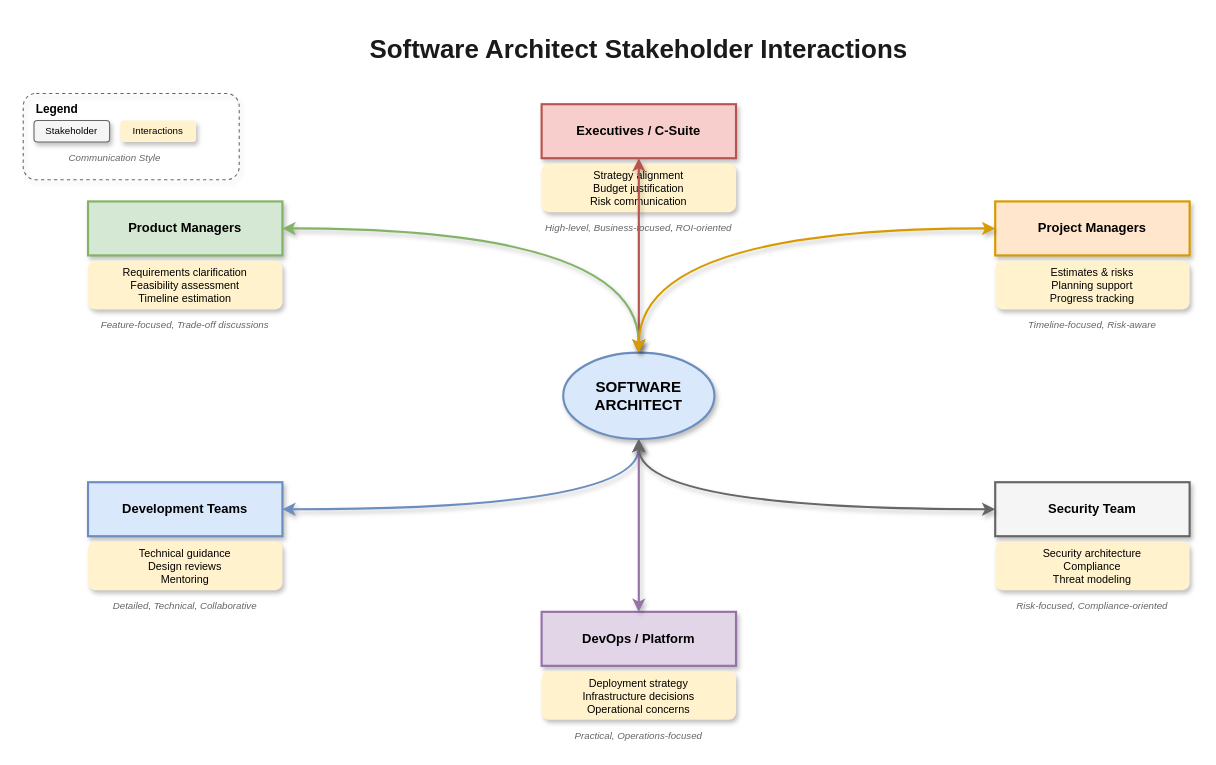
This is lesson-00-software-architect-overview/01-how-a-software-architect-works/1.5-stakeholder-interactions.drawio from MrParkerZ7/document-lesson-software-architect-x-claude, a draw.io file, before an edit. Source tidied: cells renumbered, new cells numbered last; positions are measured from the earlier drawing's top-left corner, leaving out a move shared by most shapes. Both pictures are drawn from the tidied source at 108%, with x=0, y=0 at pixel (23, 28).
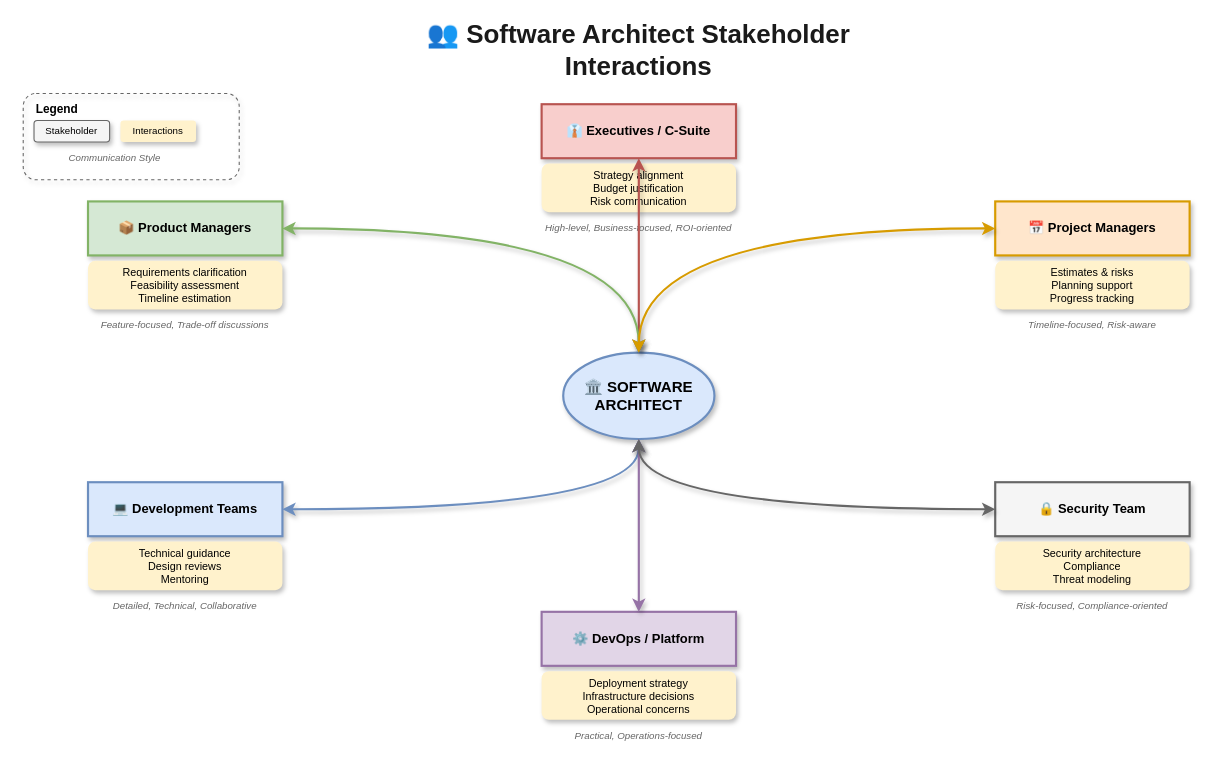
The same page after the edit.

Change to the diagram source:
```diff
@@
-    <mxCell id="2" value="Software Architect Stakeholder Interactions" style="text;html=1;strokeColor=none;fillColor=none;align=center;verticalAlign=middle;whiteSpace=wrap;rounded=0;fontSize=24;fontStyle=1;fontColor=#1a1a1a;" parent="1" vertex="1">
+    <mxCell id="2" value="👥 Software Architect Stakeholder Interactions" style="text;html=1;strokeColor=none;fillColor=none;align=center;verticalAlign=middle;whiteSpace=wrap;rounded=0;fontSize=24;fontStyle=1;fontColor=#1a1a1a;" parent="1" vertex="1">
       <mxGeometry x="320" width="500" height="40" as="geometry" />
     </mxCell>
-    <mxCell id="3" value="SOFTWARE&#10;ARCHITECT" style="ellipse;whiteSpace=wrap;html=1;fillColor=#dae8fc;strokeColor=#6c8ebf;fontSize=14;fontStyle=1;shadow=1;strokeWidth=2;" parent="1" vertex="1">
+    <mxCell id="3" value="🏛️ SOFTWARE&#10;ARCHITECT" style="ellipse;whiteSpace=wrap;html=1;fillColor=#dae8fc;strokeColor=#6c8ebf;fontSize=14;fontStyle=1;shadow=1;strokeWidth=2;" parent="1" vertex="1">
       <mxGeometry x="500" y="300" width="140" height="80" as="geometry" />
     </mxCell>
-    <mxCell id="4" value="Executives / C-Suite" style="rounded=0;whiteSpace=wrap;html=1;fillColor=#f8cecc;strokeColor=#b85450;fontSize=12;fontStyle=1;shadow=1;strokeWidth=2;" parent="1" vertex="1">
+    <mxCell id="4" value="👔 Executives / C-Suite" style="rounded=0;whiteSpace=wrap;html=1;fillColor=#f8cecc;strokeColor=#b85450;fontSize=12;fontStyle=1;shadow=1;strokeWidth=2;" parent="1" vertex="1">
       <mxGeometry x="480" y="70" width="180" height="50" as="geometry" />
     </mxCell>
@@
-    <mxCell id="8" value="Product Managers" style="rounded=0;whiteSpace=wrap;html=1;fillColor=#d5e8d4;strokeColor=#82b366;fontSize=12;fontStyle=1;shadow=1;strokeWidth=2;" parent="1" vertex="1">
+    <mxCell id="8" value="📦 Product Managers" style="rounded=0;whiteSpace=wrap;html=1;fillColor=#d5e8d4;strokeColor=#82b366;fontSize=12;fontStyle=1;shadow=1;strokeWidth=2;" parent="1" vertex="1">
       <mxGeometry x="60" y="160" width="180" height="50" as="geometry" />
     </mxCell>
@@
-    <mxCell id="12" value="Development Teams" style="rounded=0;whiteSpace=wrap;html=1;fillColor=#dae8fc;strokeColor=#6c8ebf;fontSize=12;fontStyle=1;shadow=1;strokeWidth=2;" parent="1" vertex="1">
+    <mxCell id="12" value="💻 Development Teams" style="rounded=0;whiteSpace=wrap;html=1;fillColor=#dae8fc;strokeColor=#6c8ebf;fontSize=12;fontStyle=1;shadow=1;strokeWidth=2;" parent="1" vertex="1">
       <mxGeometry x="60" y="420" width="180" height="50" as="geometry" />
     </mxCell>
@@
-    <mxCell id="16" value="Project Managers" style="rounded=0;whiteSpace=wrap;html=1;fillColor=#ffe6cc;strokeColor=#d79b00;fontSize=12;fontStyle=1;shadow=1;strokeWidth=2;" parent="1" vertex="1">
+    <mxCell id="16" value="📅 Project Managers" style="rounded=0;whiteSpace=wrap;html=1;fillColor=#ffe6cc;strokeColor=#d79b00;fontSize=12;fontStyle=1;shadow=1;strokeWidth=2;" parent="1" vertex="1">
       <mxGeometry x="900" y="160" width="180" height="50" as="geometry" />
     </mxCell>
@@
-    <mxCell id="20" value="DevOps / Platform" style="rounded=0;whiteSpace=wrap;html=1;fillColor=#e1d5e7;strokeColor=#9673a6;fontSize=12;fontStyle=1;shadow=1;strokeWidth=2;" parent="1" vertex="1">
+    <mxCell id="20" value="⚙️ DevOps / Platform" style="rounded=0;whiteSpace=wrap;html=1;fillColor=#e1d5e7;strokeColor=#9673a6;fontSize=12;fontStyle=1;shadow=1;strokeWidth=2;" parent="1" vertex="1">
       <mxGeometry x="480" y="540" width="180" height="50" as="geometry" />
     </mxCell>
@@
-    <mxCell id="24" value="Security Team" style="rounded=0;whiteSpace=wrap;html=1;fillColor=#f5f5f5;strokeColor=#666666;fontSize=12;fontStyle=1;shadow=1;strokeWidth=2;" parent="1" vertex="1">
+    <mxCell id="24" value="🔒 Security Team" style="rounded=0;whiteSpace=wrap;html=1;fillColor=#f5f5f5;strokeColor=#666666;fontSize=12;fontStyle=1;shadow=1;strokeWidth=2;" parent="1" vertex="1">
       <mxGeometry x="900" y="420" width="180" height="50" as="geometry" />
     </mxCell>
```
